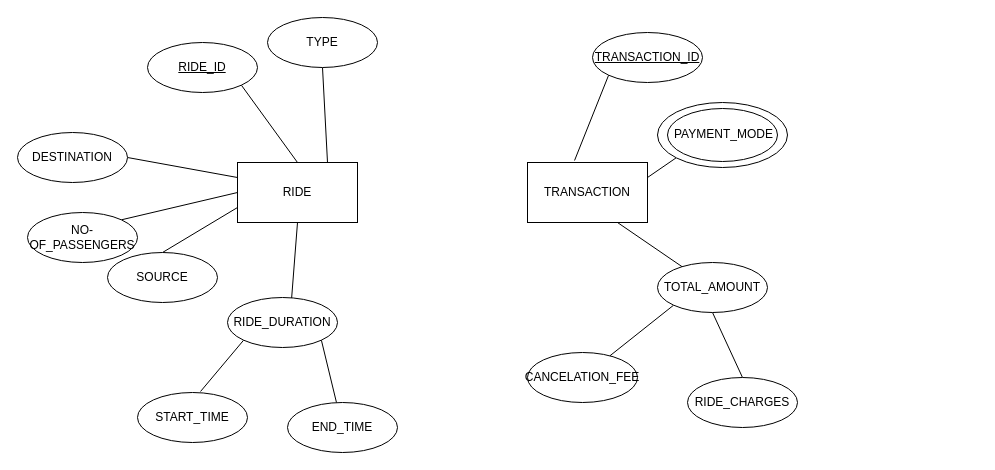
The draw.io diagram ERDiagram/Ride_transaction.drawio in shashi284/UberDataBase, before the edit. Source tidied: cells renumbered, new cells numbered last; positions are measured from the earlier drawing's top-left corner, leaving out a move shared by most shapes. Both pictures are drawn from the tidied source at 100%, with x=0, y=0 at pixel (17, 17).
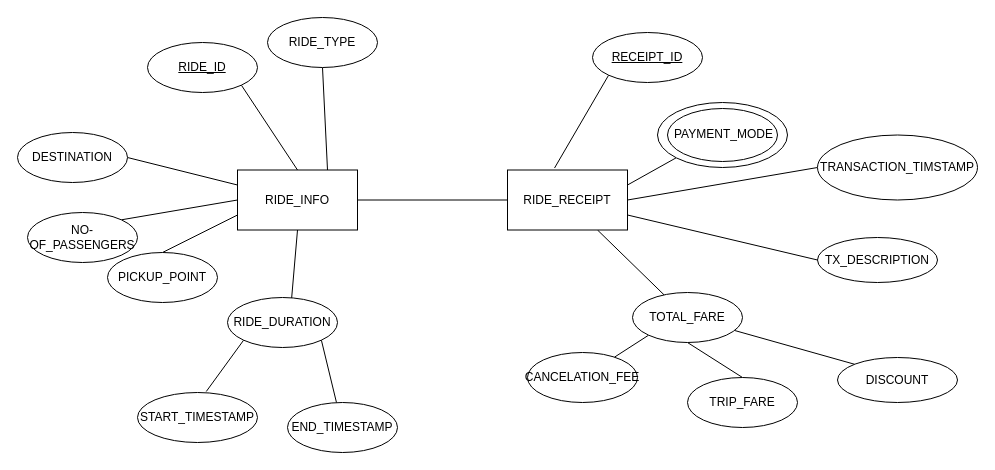
The same diagram, later.

What changed in the source:
```diff
@@
+    <mxCell id="32" style="edgeStyle=none;rounded=0;jettySize=auto;html=1;exitX=1;exitY=0.5;exitDx=0;exitDy=0;entryX=0;entryY=0.5;entryDx=0;entryDy=0;endArrow=none;endFill=0;" parent="1" edge="1" source="4" target="11">
+      <mxGeometry relative="1" as="geometry" />
+    </mxCell>
-    <mxCell id="4" value="RIDE" style="rounded=0;whiteSpace=wrap;html=1;" parent="1" vertex="1">
-      <mxGeometry x="220" y="145" width="120" height="60" as="geometry" />
+    <mxCell id="4" value="RIDE_INFO" style="rounded=0;whiteSpace=wrap;html=1;" parent="1" vertex="1">
+      <mxGeometry x="220" y="152.5" width="120" height="60" as="geometry" />
     </mxCell>
@@
-    <mxCell id="8" value="&lt;u&gt;TRANSACTION_ID&lt;/u&gt;" style="ellipse;whiteSpace=wrap;html=1;" parent="1" vertex="1">
+    <mxCell id="8" value="&lt;u&gt;RECEIPT_ID&lt;/u&gt;" style="ellipse;whiteSpace=wrap;html=1;" parent="1" vertex="1">
       <mxGeometry x="575" y="15" width="110" height="50" as="geometry" />
     </mxCell>
@@
+    <mxCell id="33" style="edgeStyle=none;rounded=0;jettySize=auto;html=1;exitX=1;exitY=0.75;exitDx=0;exitDy=0;entryX=0;entryY=0.5;entryDx=0;entryDy=0;endArrow=none;endFill=0;" parent="1" edge="1" source="11" target="36">
+      <mxGeometry relative="1" as="geometry" />
+    </mxCell>
+    <mxCell id="34" style="edgeStyle=none;rounded=0;jettySize=auto;html=1;exitX=1;exitY=0.5;exitDx=0;exitDy=0;entryX=0;entryY=0.5;entryDx=0;entryDy=0;endArrow=none;endFill=0;" parent="1" edge="1" source="11" target="35">
+      <mxGeometry relative="1" as="geometry" />
+    </mxCell>
-    <mxCell id="11" value="TRANSACTION" style="rounded=0;whiteSpace=wrap;html=1;" parent="1" vertex="1">
-      <mxGeometry x="510" y="145" width="120" height="60" as="geometry" />
+    <mxCell id="11" value="RIDE_RECEIPT" style="rounded=0;whiteSpace=wrap;html=1;" parent="1" vertex="1">
+      <mxGeometry x="490" y="152.5" width="120" height="60" as="geometry" />
     </mxCell>
@@
-    <mxCell id="14" value="TOTAL_AMOUNT" style="ellipse;whiteSpace=wrap;html=1;" parent="1" vertex="1">
-      <mxGeometry x="640" y="245" width="110" height="50" as="geometry" />
+    <mxCell id="14" value="TOTAL_FARE" style="ellipse;whiteSpace=wrap;html=1;" parent="1" vertex="1">
+      <mxGeometry x="615" y="275" width="110" height="50" as="geometry" />
     </mxCell>
@@
-    <mxCell id="18" value="SOURCE" style="ellipse;whiteSpace=wrap;html=1;" parent="1" vertex="1">
+    <mxCell id="18" value="PICKUP_POINT" style="ellipse;whiteSpace=wrap;html=1;" parent="1" vertex="1">
       <mxGeometry x="90" y="235" width="110" height="50" as="geometry" />
     </mxCell>
@@
-    <mxCell id="22" value="START_TIME" style="ellipse;whiteSpace=wrap;html=1;" parent="1" vertex="1">
-      <mxGeometry x="120" y="375" width="110" height="50" as="geometry" />
+    <mxCell id="22" value="START_TIMESTAMP" style="ellipse;whiteSpace=wrap;html=1;" parent="1" vertex="1">
+      <mxGeometry x="120" y="375" width="120" height="50" as="geometry" />
     </mxCell>
-    <mxCell id="23" value="END_TIME" style="ellipse;whiteSpace=wrap;html=1;" parent="1" vertex="1">
+    <mxCell id="23" value="END_TIMESTAMP" style="ellipse;whiteSpace=wrap;html=1;" parent="1" vertex="1">
       <mxGeometry x="270" y="385" width="110" height="50" as="geometry" />
     </mxCell>
@@
-    <mxCell id="25" value="TYPE" style="ellipse;whiteSpace=wrap;html=1;" parent="1" vertex="1">
+    <mxCell id="25" value="RIDE_TYPE" style="ellipse;whiteSpace=wrap;html=1;" parent="1" vertex="1">
       <mxGeometry x="250" width="110" height="50" as="geometry" />
     </mxCell>
@@
-    <mxCell id="28" value="RIDE_CHARGES" style="ellipse;whiteSpace=wrap;html=1;" parent="1" vertex="1">
+    <mxCell id="28" value="TRIP_FARE" style="ellipse;whiteSpace=wrap;html=1;" parent="1" vertex="1">
       <mxGeometry x="670" y="360" width="110" height="50" as="geometry" />
     </mxCell>
@@
+    <mxCell id="35" value="TRANSACTION_TIMSTAMP" style="ellipse;whiteSpace=wrap;html=1;" parent="1" vertex="1">
+      <mxGeometry x="800" y="117.5" width="160" height="65" as="geometry" />
+    </mxCell>
+    <mxCell id="36" value="TX_DESCRIPTION" style="ellipse;whiteSpace=wrap;html=1;" parent="1" vertex="1">
+      <mxGeometry x="800" y="220" width="120" height="45" as="geometry" />
+    </mxCell>
+    <mxCell id="37" style="edgeStyle=none;rounded=0;jettySize=auto;html=1;exitX=0;exitY=0;exitDx=0;exitDy=0;endArrow=none;endFill=0;" parent="1" edge="1" source="38" target="14">
+      <mxGeometry relative="1" as="geometry" />
+    </mxCell>
+    <mxCell id="38" value="DISCOUNT" style="ellipse;whiteSpace=wrap;html=1;" parent="1" vertex="1">
+      <mxGeometry x="820" y="340" width="120" height="45" as="geometry" />
+    </mxCell>
```
